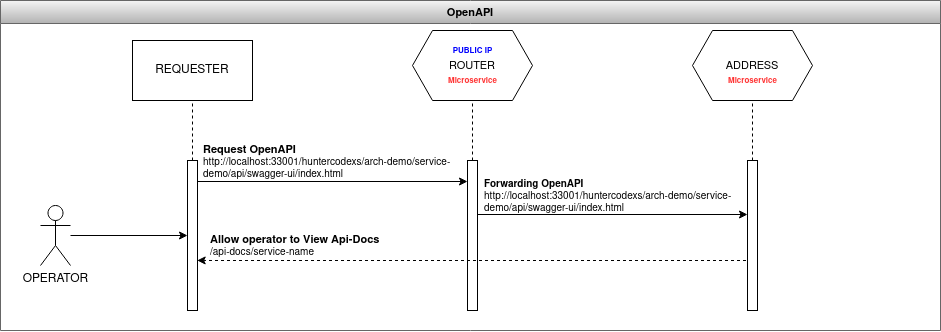
huntercodexs/arch-demo keeps this draw.io diagram as midias/OpenAPI-Details.png. Above is the earlier version. Source tidied: cells renumbered, new cells last; positions are measured from the earlier drawing's top-left corner, leaving out a move shared by most shapes.
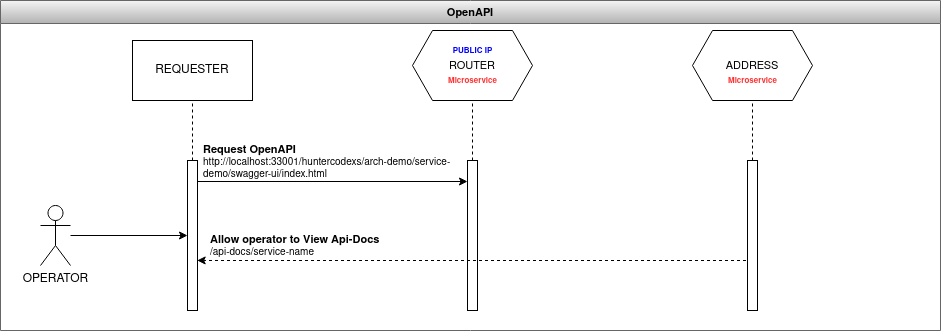
The same diagram one commit later.

Commit message:
update-fix: Fix OpenAPI (Swagger) information

What changed in the source:
```diff
@@ -38,7 +38,7 @@
         <mxPoint x="467" y="181" as="targetPoint" />
       </mxGeometry>
     </mxCell>
-    <mxCell id="13" value="&lt;div style=&quot;font-size: 11px;&quot;&gt;&lt;font style=&quot;font-size: 11px;&quot;&gt;&lt;b&gt;Request OpenAPI&lt;/b&gt;&lt;/font&gt;&lt;/div&gt;&lt;div style=&quot;font-size: 10px;&quot;&gt;http://localhost:33001/huntercodexs/arch-demo/service-demo/api/swagger-ui/index.html&lt;/div&gt;" style="text;html=1;strokeColor=none;fillColor=none;align=left;verticalAlign=middle;whiteSpace=wrap;rounded=0;fontSize=10;fontColor=#000000;" parent="2" vertex="1">
+    <mxCell id="13" value="&lt;div style=&quot;font-size: 11px;&quot;&gt;&lt;font style=&quot;font-size: 11px;&quot;&gt;&lt;b&gt;Request OpenAPI&lt;/b&gt;&lt;/font&gt;&lt;/div&gt;&lt;div style=&quot;font-size: 10px;&quot;&gt;http://localhost:33001/huntercodexs/arch-demo/service-demo/swagger-ui/index.html&lt;/div&gt;" style="text;html=1;strokeColor=none;fillColor=none;align=left;verticalAlign=middle;whiteSpace=wrap;rounded=0;fontSize=10;fontColor=#000000;" parent="2" vertex="1">
       <mxGeometry x="201" y="144" width="260" height="34" as="geometry" />
     </mxCell>
     <mxCell id="14" style="edgeStyle=orthogonalEdgeStyle;rounded=0;orthogonalLoop=1;jettySize=auto;html=1;fontSize=11;fontColor=#000000;startArrow=none;startFill=0;endArrow=classic;endFill=1;dashed=1;entryX=0.967;entryY=0.953;entryDx=0;entryDy=0;entryPerimeter=0;" parent="2" edge="1">
@@ -69,14 +69,5 @@
     <mxCell id="20" value="&lt;b&gt;&lt;font style=&quot;font-size: 8px;&quot;&gt;PUBLIC IP&lt;/font&gt;&lt;/b&gt;" style="text;html=1;align=center;verticalAlign=middle;strokeColor=none;fillColor=none;fontColor=#0000FF;" parent="2" vertex="1">
       <mxGeometry x="442" y="35" width="60" height="30" as="geometry" />
     </mxCell>
-    <mxCell id="21" value="&lt;b&gt;Forwarding OpenAPI&lt;br&gt;&lt;/b&gt;&lt;div style=&quot;font-size: 10px;&quot;&gt;http://localhost:33001/huntercodexs/arch-demo/service-demo/api/swagger-ui/index.html&lt;/div&gt;" style="text;html=1;strokeColor=none;fillColor=none;align=left;verticalAlign=middle;whiteSpace=wrap;rounded=0;fontSize=10;fontColor=#000000;" parent="1" vertex="1">
-      <mxGeometry x="482" y="179" width="260" height="34" as="geometry" />
-    </mxCell>
-    <mxCell id="22" style="edgeStyle=orthogonalEdgeStyle;rounded=0;orthogonalLoop=1;jettySize=auto;html=1;fontColor=#000000;startArrow=none;startFill=0;endArrow=classic;endFill=1;entryX=0;entryY=0.5;entryDx=0;entryDy=0;" parent="1" edge="1">
-      <mxGeometry relative="1" as="geometry">
-        <mxPoint x="477" y="214" as="sourcePoint" />
-        <mxPoint x="747" y="214" as="targetPoint" />
-      </mxGeometry>
-    </mxCell>
   </root>
 </mxGraphModel>
```
